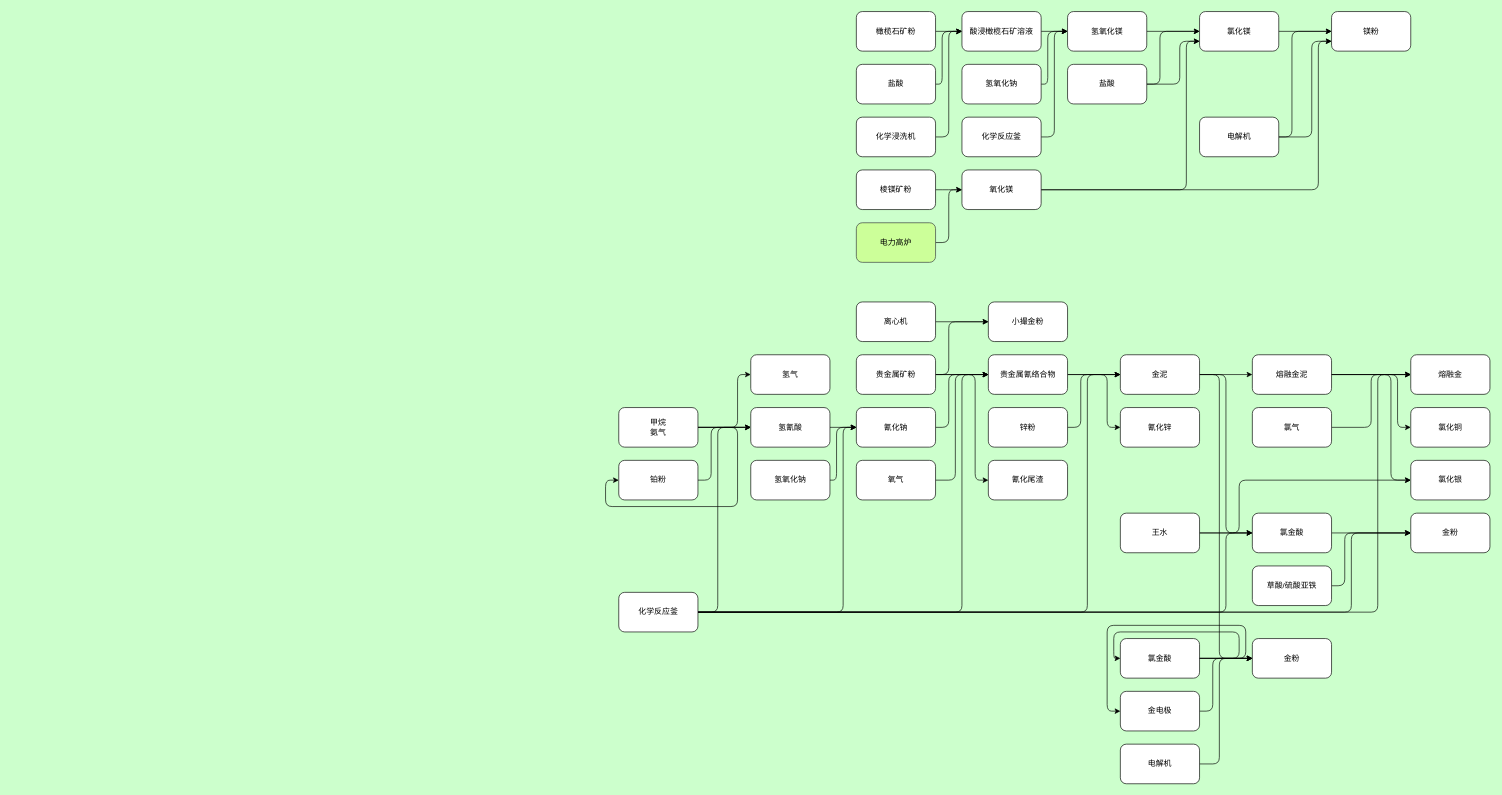
This is page "矿处" (3 of 3) of CTNH.drawio from CTNH-Team/CTNH-flow-chart, a draw.io file, before an edit. Source tidied: cells renumbered, new cells numbered last; positions are measured from the earlier drawing's top-left corner, leaving out a move shared by most shapes. Both pictures are drawn from the tidied source at 66%, with x=0, y=0 at pixel (605, 11).
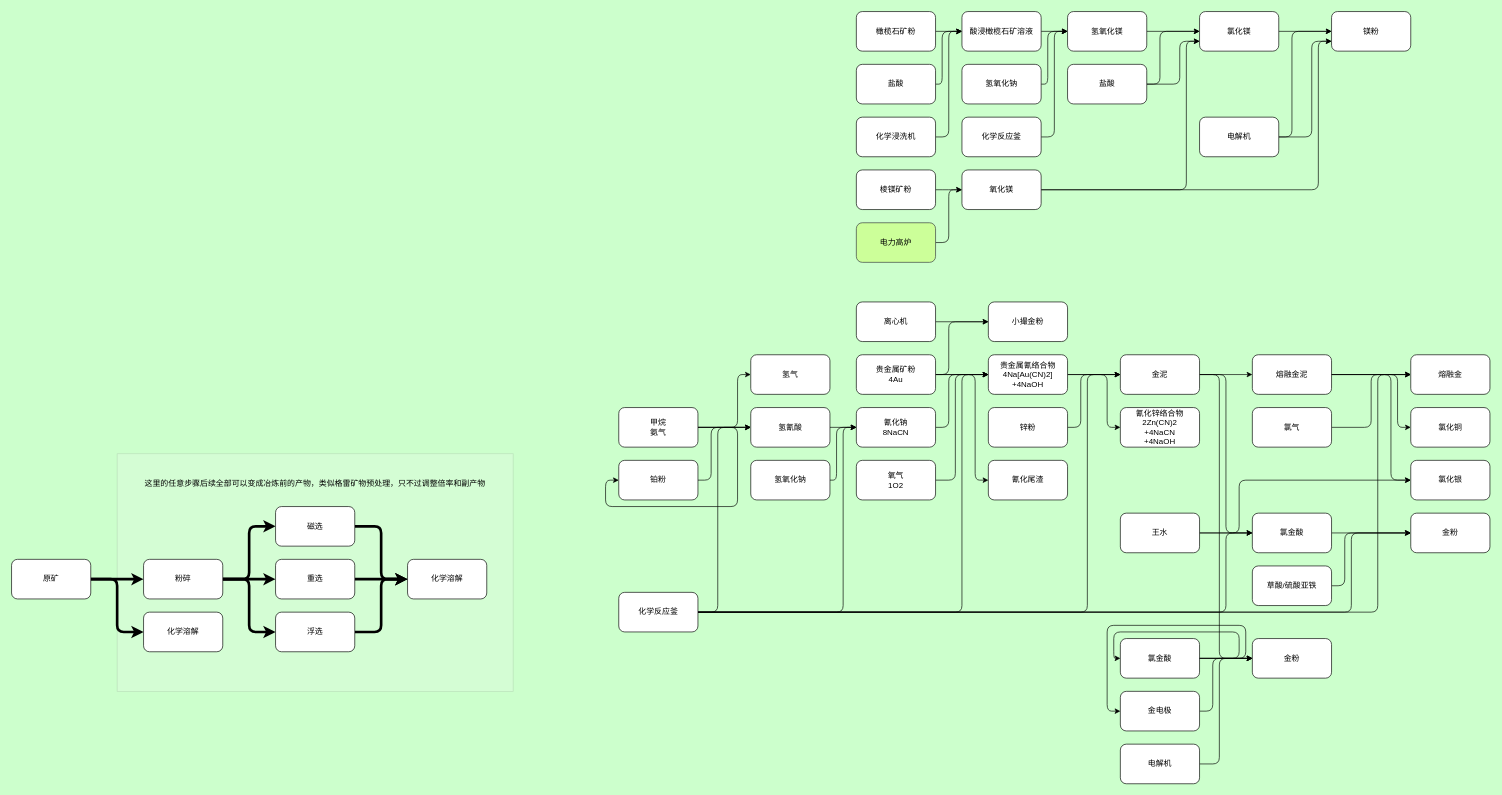
Above is the later version.

Change to the diagram source:
```diff
@@
+    <mxCell id="99" style="rounded=0;whiteSpace=wrap;html=1;fillColor=#f5f5f5;fontColor=#333333;strokeColor=#666666;opacity=20;" parent="1" vertex="1">
+      <mxGeometry x="-740" y="670" width="600" height="360" as="geometry" />
+    </mxCell>
@@
-    <mxCell id="35" value="贵金属矿粉" style="rounded=1;whiteSpace=wrap;html=1;fontColor=light-dark(#000000,#000000);" parent="1" vertex="1">
+    <mxCell id="35" value="贵金属矿粉&lt;div&gt;4Au&lt;/div&gt;" style="rounded=1;whiteSpace=wrap;html=1;fontColor=light-dark(#000000,#000000);" parent="1" vertex="1">
       <mxGeometry x="380" y="520" width="120" height="60" as="geometry" />
     </mxCell>
@@
-    <mxCell id="37" value="氰化钠" style="rounded=1;whiteSpace=wrap;html=1;fontColor=light-dark(#000000,#000000);" parent="1" vertex="1">
+    <mxCell id="37" value="氰化钠&lt;div&gt;8NaCN&lt;/div&gt;" style="rounded=1;whiteSpace=wrap;html=1;fontColor=light-dark(#000000,#000000);" parent="1" vertex="1">
       <mxGeometry x="380" y="600" width="120" height="60" as="geometry" />
     </mxCell>
@@
-    <mxCell id="39" value="氧气" style="rounded=1;whiteSpace=wrap;html=1;fontColor=light-dark(#000000,#000000);" parent="1" vertex="1">
+    <mxCell id="39" value="氧气&lt;div&gt;1O2&lt;/div&gt;" style="rounded=1;whiteSpace=wrap;html=1;fontColor=light-dark(#000000,#000000);" parent="1" vertex="1">
       <mxGeometry x="380" y="680" width="120" height="60" as="geometry" />
     </mxCell>
@@
-    <mxCell id="50" value="贵金属氰络合物" style="rounded=1;whiteSpace=wrap;html=1;fontColor=light-dark(#000000,#000000);" parent="1" vertex="1">
+    <mxCell id="50" value="贵金属氰络合物&lt;div&gt;4Na[Au(CN)2]&lt;/div&gt;&lt;div&gt;+4NaOH&lt;/div&gt;" style="rounded=1;whiteSpace=wrap;html=1;fontColor=light-dark(#000000,#000000);" parent="1" vertex="1">
       <mxGeometry x="580" y="520" width="120" height="60" as="geometry" />
     </mxCell>
@@
-    <mxCell id="58" value="氰化锌" style="rounded=1;whiteSpace=wrap;html=1;fontColor=light-dark(#000000,#000000);" parent="1" vertex="1">
+    <mxCell id="58" value="氰化锌络合物&lt;div&gt;2Zn(CN)2&lt;/div&gt;&lt;div&gt;+4NaCN&lt;/div&gt;&lt;div&gt;+4NaOH&lt;/div&gt;" style="rounded=1;whiteSpace=wrap;html=1;fontColor=light-dark(#000000,#000000);" parent="1" vertex="1">
       <mxGeometry x="780" y="600" width="120" height="60" as="geometry" />
     </mxCell>
@@
+    <mxCell id="100" style="edgeStyle=orthogonalEdgeStyle;shape=connector;curved=0;rounded=1;jettySize=auto;html=1;strokeColor=default;align=center;verticalAlign=middle;fontFamily=Helvetica;fontSize=11;fontColor=default;labelBackgroundColor=default;endArrow=classic;strokeWidth=4;" parent="1" edge="1" source="102" target="106">
+      <mxGeometry relative="1" as="geometry" />
+    </mxCell>
+    <mxCell id="101" style="edgeStyle=orthogonalEdgeStyle;shape=connector;curved=0;rounded=1;jettySize=auto;html=1;exitX=1;exitY=0.5;exitDx=0;exitDy=0;entryX=0;entryY=0.5;entryDx=0;entryDy=0;strokeColor=default;align=center;verticalAlign=middle;fontFamily=Helvetica;fontSize=11;fontColor=default;labelBackgroundColor=default;endArrow=classic;strokeWidth=4;" parent="1" edge="1" source="102" target="107">
+      <mxGeometry relative="1" as="geometry">
+        <Array as="points">
+          <mxPoint x="-740" y="860" />
+          <mxPoint x="-740" y="940" />
+        </Array>
+      </mxGeometry>
+    </mxCell>
+    <mxCell id="102" value="原矿" style="rounded=1;whiteSpace=wrap;html=1;fontColor=light-dark(#000000,#000000);" parent="1" vertex="1">
+      <mxGeometry x="-900" y="830" width="120" height="60" as="geometry" />
+    </mxCell>
+    <mxCell id="103" style="edgeStyle=orthogonalEdgeStyle;shape=connector;curved=0;rounded=1;jettySize=auto;html=1;exitX=1;exitY=0.5;exitDx=0;exitDy=0;entryX=0;entryY=0.5;entryDx=0;entryDy=0;strokeColor=default;align=center;verticalAlign=middle;fontFamily=Helvetica;fontSize=11;fontColor=default;labelBackgroundColor=default;endArrow=classic;strokeWidth=4;" parent="1" edge="1" source="106" target="109">
+      <mxGeometry relative="1" as="geometry" />
+    </mxCell>
+    <mxCell id="104" style="edgeStyle=orthogonalEdgeStyle;shape=connector;curved=0;rounded=1;jettySize=auto;html=1;exitX=1;exitY=0.5;exitDx=0;exitDy=0;entryX=0;entryY=0.5;entryDx=0;entryDy=0;strokeColor=default;align=center;verticalAlign=middle;fontFamily=Helvetica;fontSize=11;fontColor=default;labelBackgroundColor=default;endArrow=classic;strokeWidth=4;" parent="1" edge="1" source="106" target="111">
+      <mxGeometry relative="1" as="geometry" />
+    </mxCell>
+    <mxCell id="105" style="edgeStyle=orthogonalEdgeStyle;shape=connector;curved=0;rounded=1;jettySize=auto;html=1;exitX=1;exitY=0.5;exitDx=0;exitDy=0;entryX=0;entryY=0.5;entryDx=0;entryDy=0;strokeColor=default;align=center;verticalAlign=middle;fontFamily=Helvetica;fontSize=11;fontColor=default;labelBackgroundColor=default;endArrow=classic;strokeWidth=4;" parent="1" edge="1" source="106" target="114">
+      <mxGeometry relative="1" as="geometry" />
+    </mxCell>
+    <mxCell id="106" value="粉碎" style="whiteSpace=wrap;html=1;fontColor=light-dark(#000000,#000000);rounded=1;" parent="1" vertex="1">
+      <mxGeometry x="-700" y="830" width="120" height="60" as="geometry" />
+    </mxCell>
+    <mxCell id="107" value="化学溶解" style="whiteSpace=wrap;html=1;fontColor=light-dark(#000000,#000000);rounded=1;" parent="1" vertex="1">
+      <mxGeometry x="-700" y="910" width="120" height="60" as="geometry" />
+    </mxCell>
+    <mxCell id="108" style="edgeStyle=orthogonalEdgeStyle;shape=connector;curved=0;rounded=1;jettySize=auto;html=1;exitX=1;exitY=0.5;exitDx=0;exitDy=0;entryX=0;entryY=0.5;entryDx=0;entryDy=0;strokeColor=default;align=center;verticalAlign=middle;fontFamily=Helvetica;fontSize=11;fontColor=default;labelBackgroundColor=default;endArrow=classic;strokeWidth=4;" parent="1" edge="1" source="109" target="112">
+      <mxGeometry relative="1" as="geometry" />
+    </mxCell>
+    <mxCell id="109" value="重选" style="whiteSpace=wrap;html=1;fontColor=light-dark(#000000,#000000);rounded=1;" parent="1" vertex="1">
+      <mxGeometry x="-500" y="830" width="120" height="60" as="geometry" />
+    </mxCell>
+    <mxCell id="110" style="edgeStyle=orthogonalEdgeStyle;shape=connector;curved=0;rounded=1;jettySize=auto;html=1;exitX=1;exitY=0.5;exitDx=0;exitDy=0;entryX=0;entryY=0.5;entryDx=0;entryDy=0;strokeColor=default;align=center;verticalAlign=middle;fontFamily=Helvetica;fontSize=11;fontColor=default;labelBackgroundColor=default;endArrow=classic;strokeWidth=4;" parent="1" edge="1" source="111" target="112">
+      <mxGeometry relative="1" as="geometry" />
+    </mxCell>
+    <mxCell id="111" value="磁选" style="whiteSpace=wrap;html=1;fontColor=light-dark(#000000,#000000);rounded=1;" parent="1" vertex="1">
+      <mxGeometry x="-500" y="750" width="120" height="60" as="geometry" />
+    </mxCell>
+    <mxCell id="112" value="化学溶解" style="whiteSpace=wrap;html=1;fontColor=light-dark(#000000,#000000);rounded=1;" parent="1" vertex="1">
+      <mxGeometry x="-300" y="830" width="120" height="60" as="geometry" />
+    </mxCell>
+    <mxCell id="113" style="edgeStyle=orthogonalEdgeStyle;shape=connector;curved=0;rounded=1;jettySize=auto;html=1;exitX=1;exitY=0.5;exitDx=0;exitDy=0;entryX=0;entryY=0.5;entryDx=0;entryDy=0;strokeColor=default;align=center;verticalAlign=middle;fontFamily=Helvetica;fontSize=11;fontColor=default;labelBackgroundColor=default;endArrow=classic;strokeWidth=4;" parent="1" edge="1" source="114" target="112">
+      <mxGeometry relative="1" as="geometry" />
+    </mxCell>
+    <mxCell id="114" value="浮选" style="whiteSpace=wrap;html=1;fontColor=light-dark(#000000,#000000);rounded=1;" parent="1" vertex="1">
+      <mxGeometry x="-500" y="910" width="120" height="60" as="geometry" />
+    </mxCell>
+    <mxCell id="115" value="这里的任意步骤后续全部可以变成冶炼前的产物，类似格雷矿物预处理，只不过调整倍率和副产物" style="text;html=1;whiteSpace=wrap;strokeColor=none;fillColor=none;align=center;verticalAlign=middle;rounded=0;" parent="1" vertex="1">
+      <mxGeometry x="-700" y="700" width="520" height="30" as="geometry" />
+    </mxCell>
```
